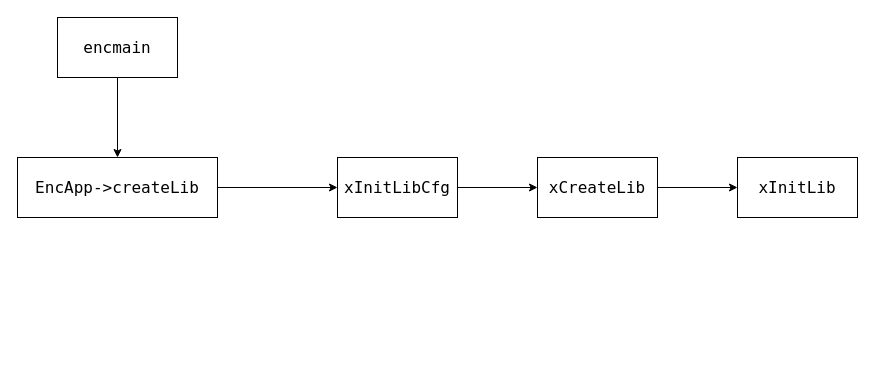
This is png/Untitled Diagram.drawio from Joeyrr/draw.io, a draw.io file, before an edit. Source tidied: cells renumbered, new cells numbered last; positions are measured from the earlier drawing's top-left corner, leaving out a move shared by most shapes. Both pictures are drawn from the tidied source at 100%, with x=0, y=0 at pixel (17, 17).
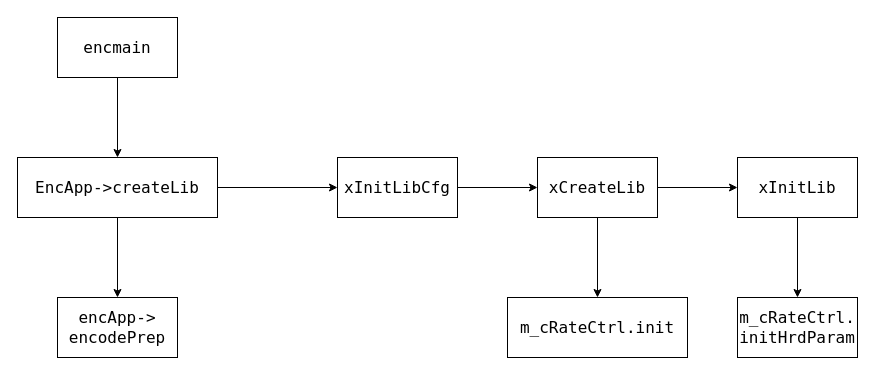
The same diagram, later.

The edit, as a diff of the source:
```diff
@@
 <mxGraphModel>
   <root>
     <mxCell id="0" />
     <mxCell id="1" parent="0" />
     <mxCell id="2" style="edgeStyle=orthogonalEdgeStyle;rounded=0;jettySize=auto;html=1;fontFamily=Lucida Console;fontSize=16;" parent="1" edge="1" source="3" target="5">
       <mxGeometry relative="1" as="geometry" />
     </mxCell>
     <mxCell id="3" value="encmain" style="rounded=0;whiteSpace=wrap;html=1;fontFamily=Lucida Console;fontSize=16;" parent="1" vertex="1">
       <mxGeometry x="40" width="120" height="60" as="geometry" />
     </mxCell>
     <mxCell id="4" style="edgeStyle=orthogonalEdgeStyle;rounded=0;jettySize=auto;html=1;fontFamily=Lucida Console;fontSize=16;" parent="1" edge="1" source="5" target="7">
       <mxGeometry relative="1" as="geometry" />
     </mxCell>
+    <mxCell id="11" style="edgeStyle=orthogonalEdgeStyle;rounded=0;jettySize=auto;html=1;fontFamily=Lucida Console;fontSize=16;" parent="1" edge="1" source="5" target="16">
+      <mxGeometry relative="1" as="geometry" />
+    </mxCell>
     <mxCell id="5" value="EncApp-&amp;gt;createLib" style="whiteSpace=wrap;html=1;fontSize=16;fontFamily=Lucida Console;rounded=0;" parent="1" vertex="1">
       <mxGeometry y="140" width="200" height="60" as="geometry" />
     </mxCell>
     <mxCell id="6" style="edgeStyle=orthogonalEdgeStyle;rounded=0;jettySize=auto;html=1;fontFamily=Lucida Console;fontSize=16;" parent="1" edge="1" source="7" target="9">
       <mxGeometry relative="1" as="geometry" />
     </mxCell>
     <mxCell id="7" value="xInitLibCfg" style="whiteSpace=wrap;html=1;fontSize=16;fontFamily=Lucida Console;rounded=0;" parent="1" vertex="1">
       <mxGeometry x="320" y="140" width="120" height="60" as="geometry" />
     </mxCell>
     <mxCell id="8" style="edgeStyle=orthogonalEdgeStyle;rounded=0;jettySize=auto;html=1;fontFamily=Lucida Console;fontSize=16;" parent="1" edge="1" source="9" target="10">
       <mxGeometry relative="1" as="geometry" />
     </mxCell>
+    <mxCell id="12" style="edgeStyle=orthogonalEdgeStyle;rounded=0;jettySize=auto;html=1;fontFamily=Lucida Console;fontSize=16;" parent="1" edge="1" source="9" target="14">
+      <mxGeometry relative="1" as="geometry" />
+    </mxCell>
     <mxCell id="9" value="xCreateLib" style="whiteSpace=wrap;html=1;fontSize=16;fontFamily=Lucida Console;rounded=0;" parent="1" vertex="1">
       <mxGeometry x="520" y="140" width="120" height="60" as="geometry" />
     </mxCell>
+    <mxCell id="13" style="edgeStyle=orthogonalEdgeStyle;rounded=0;jettySize=auto;html=1;fontFamily=Lucida Console;fontSize=16;" parent="1" edge="1" source="10" target="15">
+      <mxGeometry relative="1" as="geometry" />
+    </mxCell>
     <mxCell id="10" value="xInitLib" style="whiteSpace=wrap;html=1;fontSize=16;fontFamily=Lucida Console;rounded=0;" parent="1" vertex="1">
       <mxGeometry x="720" y="140" width="120" height="60" as="geometry" />
     </mxCell>
+    <mxCell id="14" value="m_cRateCtrl.init" style="whiteSpace=wrap;html=1;fontSize=16;fontFamily=Lucida Console;rounded=0;" parent="1" vertex="1">
+      <mxGeometry x="490" y="280" width="180" height="60" as="geometry" />
+    </mxCell>
+    <mxCell id="15" value="m_cRateCtrl.&lt;br&gt;initHrdParam" style="whiteSpace=wrap;html=1;fontSize=16;fontFamily=Lucida Console;rounded=0;" parent="1" vertex="1">
+      <mxGeometry x="720" y="280" width="120" height="60" as="geometry" />
+    </mxCell>
+    <mxCell id="16" value="encApp-&amp;gt;&lt;br&gt;encodePrep" style="whiteSpace=wrap;html=1;fontSize=16;fontFamily=Lucida Console;rounded=0;" parent="1" vertex="1">
+      <mxGeometry x="40" y="280" width="120" height="60" as="geometry" />
+    </mxCell>
   </root>
 </mxGraphModel>
```
